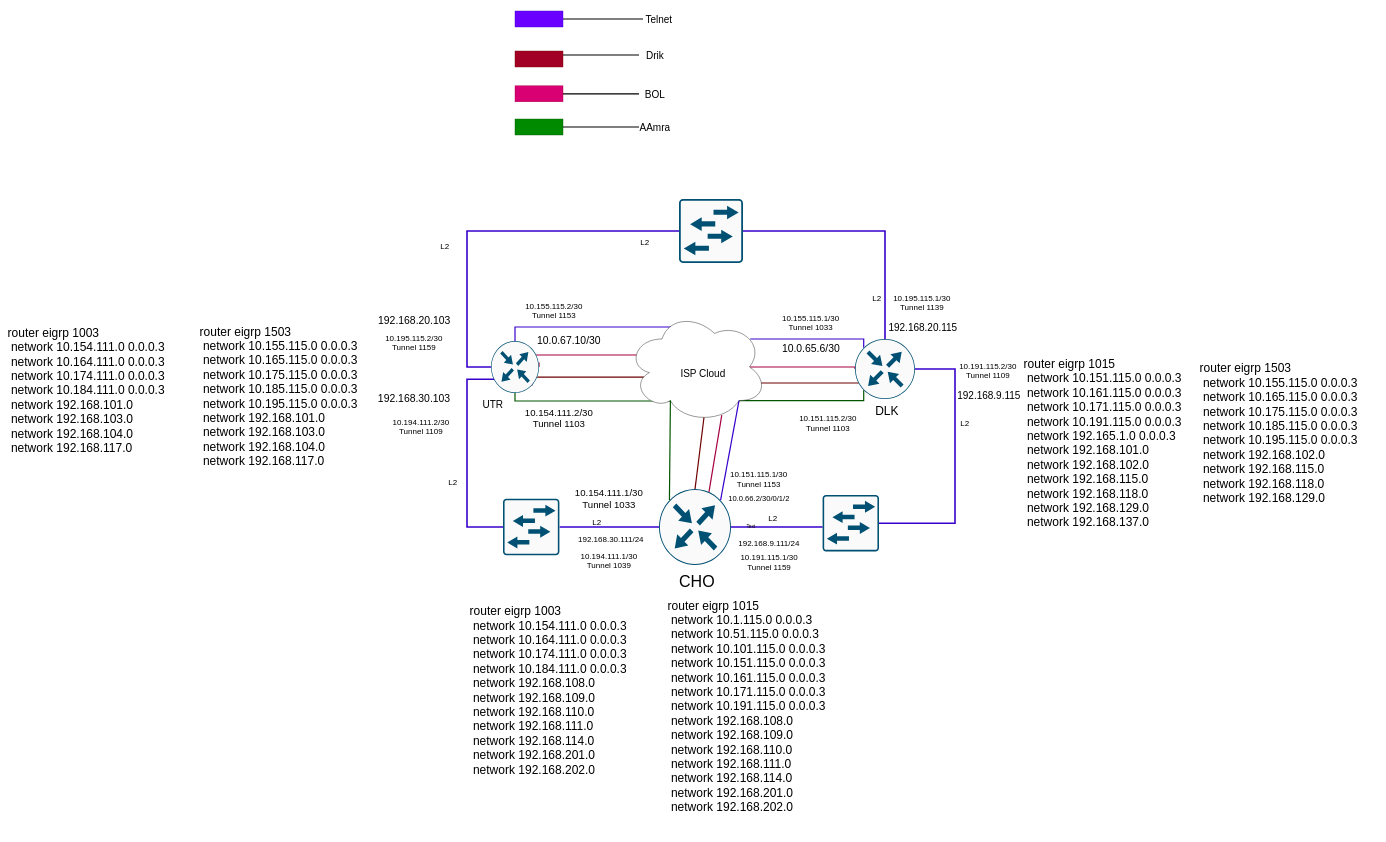
Before: Untitled Diagram.drawio in touhidece/prtg-addons, a draw.io diagram. Source tidied: cells renumbered, new cells numbered last; positions are measured from the earlier drawing's top-left corner, leaving out a move shared by most shapes. Both pictures are drawn from the tidied source at 40%, with x=0, y=0 at pixel (7, 7).
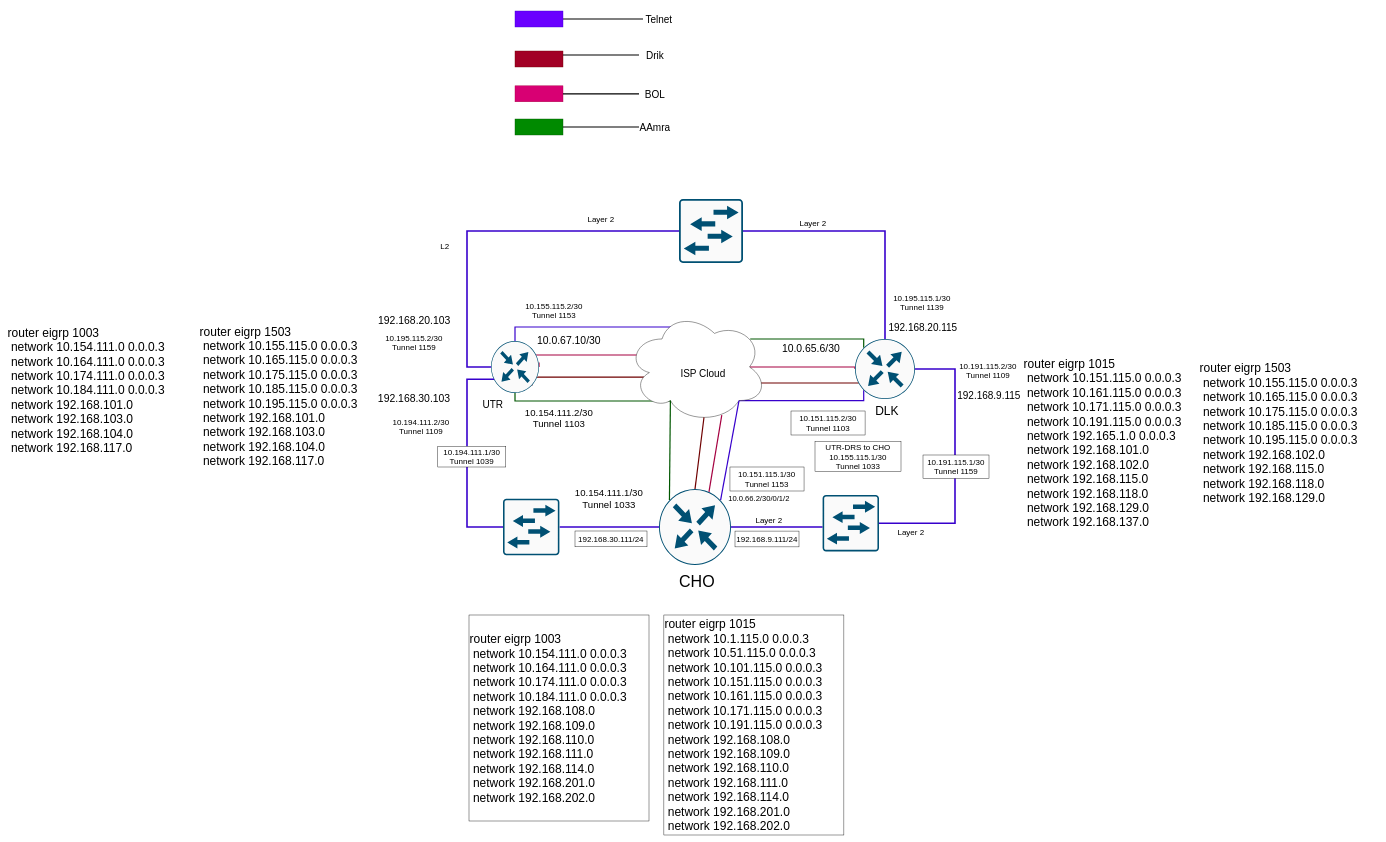
After the change.

Unchanged cells that the change refers to:
```xml
<mxCell id="12" style="points=[[0.5,0,0],[1,0.5,0],[0.5,1,0],[0,0.5,0],[0.145,0.145,0],[0.8555,0.145,0],[0.855,0.8555,0],[0.145,0.855,0]];verticalLabelPosition=bottom;html=1;verticalAlign=top;align=center;shape=mxgraph.cisco19.rect;prIcon=router;fillColor=#FAFAFA;strokeColor=#005073;" parent="1" vertex="1">
  <mxGeometry x="2120" y="830" width="150" height="150" as="geometry" />
</mxCell>
<mxCell id="15" style="ellipse;shape=cloud;whiteSpace=wrap;html=1;" parent="1" vertex="1">
  <mxGeometry x="1550" y="760" width="350" height="280" as="geometry" />
</mxCell>
```

The edit, as a diff of the source:
```diff
@@
-    <mxCell id="10" style="edgeStyle=orthogonalEdgeStyle;rounded=0;jettySize=auto;html=1;exitX=0.145;exitY=0.145;exitDx=0;exitDy=0;exitPerimeter=0;entryX=0.88;entryY=0.25;entryDx=0;entryDy=0;entryPerimeter=0;endArrow=none;endFill=0;fillColor=#6a00ff;strokeColor=#3700CC;strokeWidth=3;" parent="1" edge="1" source="12" target="15">
+    <mxCell id="10" style="edgeStyle=orthogonalEdgeStyle;rounded=0;jettySize=auto;html=1;exitX=0.145;exitY=0.145;exitDx=0;exitDy=0;exitPerimeter=0;entryX=0.88;entryY=0.25;entryDx=0;entryDy=0;entryPerimeter=0;endArrow=none;endFill=0;fillColor=#6a00ff;strokeWidth=3;strokeColor=#005700;" parent="1" edge="1" source="12" target="15">
       <mxGeometry relative="1" as="geometry">
         <Array as="points">
           <mxPoint x="2142" y="830" />
         </Array>
       </mxGeometry>
     </mxCell>
-    <mxCell id="11" style="edgeStyle=orthogonalEdgeStyle;rounded=0;jettySize=auto;html=1;exitX=0.145;exitY=0.855;exitDx=0;exitDy=0;exitPerimeter=0;entryX=0.8;entryY=0.8;entryDx=0;entryDy=0;entryPerimeter=0;endArrow=none;endFill=0;fillColor=#008a00;strokeColor=#005700;strokeWidth=3;" parent="1" edge="1" source="12" target="15">
+    <mxCell id="11" style="edgeStyle=orthogonalEdgeStyle;rounded=0;jettySize=auto;html=1;exitX=0.145;exitY=0.855;exitDx=0;exitDy=0;exitPerimeter=0;entryX=0.8;entryY=0.8;entryDx=0;entryDy=0;entryPerimeter=0;endArrow=none;endFill=0;fillColor=#008a00;strokeWidth=3;strokeColor=#3700CC;" parent="1" edge="1" source="12" target="15">
       <mxGeometry relative="1" as="geometry">
         <Array as="points">
           <mxPoint x="2142" y="984" />
         </Array>
       </mxGeometry>
     </mxCell>
@@
-    <mxCell id="31" value="&lt;font style=&quot;font-size: 20px&quot;&gt;L2&lt;/font&gt;" style="text;html=1;strokeColor=none;fillColor=none;align=center;verticalAlign=middle;whiteSpace=wrap;rounded=0;" parent="1" vertex="1">
-      <mxGeometry x="2370" y="1022.5" width="50" height="35" as="geometry" />
-    </mxCell>
-    <mxCell id="32" value="&lt;font style=&quot;font-size: 20px&quot;&gt;L2&lt;/font&gt;" style="text;html=1;strokeColor=none;fillColor=none;align=center;verticalAlign=middle;whiteSpace=wrap;rounded=0;" parent="1" vertex="1">
-      <mxGeometry x="1890" y="1260" width="50" height="35" as="geometry" />
-    </mxCell>
-    <mxCell id="33" value="&lt;font style=&quot;font-size: 20px&quot;&gt;L2&lt;/font&gt;" style="text;html=1;strokeColor=none;fillColor=none;align=center;verticalAlign=middle;whiteSpace=wrap;rounded=0;" parent="1" vertex="1">
-      <mxGeometry x="1450" y="1270" width="50" height="35" as="geometry" />
-    </mxCell>
-    <mxCell id="34" value="&lt;font style=&quot;font-size: 20px&quot;&gt;L2&lt;/font&gt;" style="text;html=1;strokeColor=none;fillColor=none;align=center;verticalAlign=middle;whiteSpace=wrap;rounded=0;" parent="1" vertex="1">
-      <mxGeometry x="1090" y="1170" width="50" height="35" as="geometry" />
-    </mxCell>
@@
-    <mxCell id="36" value="&lt;font style=&quot;font-size: 20px&quot;&gt;L2&lt;/font&gt;" style="text;html=1;strokeColor=none;fillColor=none;align=center;verticalAlign=middle;whiteSpace=wrap;rounded=0;" parent="1" vertex="1">
-      <mxGeometry x="1570" y="570" width="50" height="35" as="geometry" />
-    </mxCell>
-    <mxCell id="37" value="&lt;font style=&quot;font-size: 20px&quot;&gt;L2&lt;/font&gt;" style="text;html=1;strokeColor=none;fillColor=none;align=center;verticalAlign=middle;whiteSpace=wrap;rounded=0;" parent="1" vertex="1">
-      <mxGeometry x="2150" y="710" width="50" height="35" as="geometry" />
-    </mxCell>
@@
-    <mxCell id="50" value="&lt;font style=&quot;font-size: 20px&quot;&gt;192.168.9.111/24&lt;/font&gt;" style="text;html=1;strokeColor=none;fillColor=none;align=center;verticalAlign=middle;whiteSpace=wrap;rounded=0;strokeWidth=8;" parent="1" vertex="1">
-      <mxGeometry x="1830" y="1321.5" width="150" height="39.5" as="geometry" />
+    <mxCell id="50" value="&lt;font style=&quot;font-size: 20px&quot;&gt;192.168.9.111/24&lt;/font&gt;" style="text;html=1;fillColor=none;align=center;verticalAlign=middle;whiteSpace=wrap;rounded=0;strokeWidth=1;strokeColor=#000000;" parent="1" vertex="1">
+      <mxGeometry x="1820" y="1310.2" width="160" height="39.5" as="geometry" />
     </mxCell>
-    <mxCell id="51" value="&lt;font style=&quot;font-size: 20px&quot;&gt;&lt;font style=&quot;font-size: 20px&quot;&gt;192.168.30.111&lt;/font&gt;&lt;font style=&quot;font-size: 20px&quot;&gt;/24&lt;/font&gt;&lt;/font&gt;" style="text;html=1;strokeColor=none;fillColor=none;align=center;verticalAlign=middle;whiteSpace=wrap;rounded=0;strokeWidth=8;" parent="1" vertex="1">
+    <mxCell id="51" value="&lt;font style=&quot;font-size: 20px&quot;&gt;&lt;font style=&quot;font-size: 20px&quot;&gt;192.168.30.111&lt;/font&gt;&lt;font style=&quot;font-size: 20px&quot;&gt;/24&lt;/font&gt;&lt;/font&gt;" style="text;html=1;fillColor=none;align=center;verticalAlign=middle;whiteSpace=wrap;rounded=0;strokeWidth=1;strokeColor=#000000;" parent="1" vertex="1">
       <mxGeometry x="1420" y="1310" width="180" height="39.5" as="geometry" />
     </mxCell>
@@
-    <mxCell id="59" value="&lt;div style=&quot;font-size: 30px&quot;&gt;&lt;font style=&quot;font-size: 30px&quot;&gt;router eigrp 1003&lt;/font&gt;&lt;/div&gt;&lt;div style=&quot;font-size: 30px&quot;&gt;&lt;font style=&quot;font-size: 30px&quot;&gt;&amp;nbsp;network 10.154.111.0 0.0.0.3&lt;/font&gt;&lt;/div&gt;&lt;div style=&quot;font-size: 30px&quot;&gt;&lt;font style=&quot;font-size: 30px&quot;&gt;&amp;nbsp;network 10.164.111.0 0.0.0.3&lt;/font&gt;&lt;/div&gt;&lt;div style=&quot;font-size: 30px&quot;&gt;&lt;font style=&quot;font-size: 30px&quot;&gt;&amp;nbsp;network 10.174.111.0 0.0.0.3&lt;/font&gt;&lt;/div&gt;&lt;div style=&quot;font-size: 30px&quot;&gt;&lt;font style=&quot;font-size: 30px&quot;&gt;&amp;nbsp;network 10.184.111.0 0.0.0.3&lt;/font&gt;&lt;/div&gt;&lt;div style=&quot;font-size: 30px&quot;&gt;&lt;font style=&quot;font-size: 30px&quot;&gt;&amp;nbsp;network 192.168.108.0&lt;/font&gt;&lt;/div&gt;&lt;div style=&quot;font-size: 30px&quot;&gt;&lt;font style=&quot;font-size: 30px&quot;&gt;&amp;nbsp;network 192.168.109.0&lt;/font&gt;&lt;/div&gt;&lt;div style=&quot;font-size: 30px&quot;&gt;&lt;font style=&quot;font-size: 30px&quot;&gt;&amp;nbsp;network 192.168.110.0&lt;/font&gt;&lt;/div&gt;&lt;div style=&quot;font-size: 30px&quot;&gt;&lt;font style=&quot;font-size: 30px&quot;&gt;&amp;nbsp;network 192.168.111.0&lt;/font&gt;&lt;/div&gt;&lt;div style=&quot;font-size: 30px&quot;&gt;&lt;font style=&quot;font-size: 30px&quot;&gt;&amp;nbsp;network 192.168.114.0&lt;/font&gt;&lt;/div&gt;&lt;div style=&quot;font-size: 30px&quot;&gt;&lt;font style=&quot;font-size: 30px&quot;&gt;&amp;nbsp;network 192.168.201.0&lt;/font&gt;&lt;/div&gt;&lt;div style=&quot;font-size: 30px&quot;&gt;&lt;font style=&quot;font-size: 30px&quot;&gt;&amp;nbsp;network 192.168.202.0&lt;/font&gt;&lt;/div&gt;" style="text;html=1;strokeColor=none;fillColor=none;align=left;verticalAlign=middle;whiteSpace=wrap;rounded=0;" parent="1" vertex="1">
-      <mxGeometry x="1155" y="1450" width="450" height="515" as="geometry" />
+    <mxCell id="59" value="&lt;div style=&quot;font-size: 30px&quot;&gt;&lt;font style=&quot;font-size: 30px&quot;&gt;router eigrp 1003&lt;/font&gt;&lt;/div&gt;&lt;div style=&quot;font-size: 30px&quot;&gt;&lt;font style=&quot;font-size: 30px&quot;&gt;&amp;nbsp;network 10.154.111.0 0.0.0.3&lt;/font&gt;&lt;/div&gt;&lt;div style=&quot;font-size: 30px&quot;&gt;&lt;font style=&quot;font-size: 30px&quot;&gt;&amp;nbsp;network 10.164.111.0 0.0.0.3&lt;/font&gt;&lt;/div&gt;&lt;div style=&quot;font-size: 30px&quot;&gt;&lt;font style=&quot;font-size: 30px&quot;&gt;&amp;nbsp;network 10.174.111.0 0.0.0.3&lt;/font&gt;&lt;/div&gt;&lt;div style=&quot;font-size: 30px&quot;&gt;&lt;font style=&quot;font-size: 30px&quot;&gt;&amp;nbsp;network 10.184.111.0 0.0.0.3&lt;/font&gt;&lt;/div&gt;&lt;div style=&quot;font-size: 30px&quot;&gt;&lt;font style=&quot;font-size: 30px&quot;&gt;&amp;nbsp;network 192.168.108.0&lt;/font&gt;&lt;/div&gt;&lt;div style=&quot;font-size: 30px&quot;&gt;&lt;font style=&quot;font-size: 30px&quot;&gt;&amp;nbsp;network 192.168.109.0&lt;/font&gt;&lt;/div&gt;&lt;div style=&quot;font-size: 30px&quot;&gt;&lt;font style=&quot;font-size: 30px&quot;&gt;&amp;nbsp;network 192.168.110.0&lt;/font&gt;&lt;/div&gt;&lt;div style=&quot;font-size: 30px&quot;&gt;&lt;font style=&quot;font-size: 30px&quot;&gt;&amp;nbsp;network 192.168.111.0&lt;/font&gt;&lt;/div&gt;&lt;div style=&quot;font-size: 30px&quot;&gt;&lt;font style=&quot;font-size: 30px&quot;&gt;&amp;nbsp;network 192.168.114.0&lt;/font&gt;&lt;/div&gt;&lt;div style=&quot;font-size: 30px&quot;&gt;&lt;font style=&quot;font-size: 30px&quot;&gt;&amp;nbsp;network 192.168.201.0&lt;/font&gt;&lt;/div&gt;&lt;div style=&quot;font-size: 30px&quot;&gt;&lt;font style=&quot;font-size: 30px&quot;&gt;&amp;nbsp;network 192.168.202.0&lt;/font&gt;&lt;/div&gt;" style="text;html=1;fillColor=none;align=left;verticalAlign=middle;whiteSpace=wrap;rounded=0;strokeColor=#000000;" parent="1" vertex="1">
+      <mxGeometry x="1155" y="1520" width="450" height="515" as="geometry" />
     </mxCell>
@@
-    <mxCell id="61" value="Text" style="text;html=1;strokeColor=none;fillColor=none;align=center;verticalAlign=middle;whiteSpace=wrap;rounded=0;" parent="1" vertex="1">
-      <mxGeometry x="1840" y="1290" width="40" height="20" as="geometry" />
-    </mxCell>
-    <mxCell id="62" value="&lt;font style=&quot;font-size: 20px&quot;&gt;10.194.111.1/30&lt;br&gt;Tunnel 1039&lt;br&gt;&lt;/font&gt;" style="text;html=1;strokeColor=none;fillColor=none;align=center;verticalAlign=middle;whiteSpace=wrap;rounded=0;" parent="1" vertex="1">
-      <mxGeometry x="1420" y="1358" width="170" height="52" as="geometry" />
+    <mxCell id="62" value="&lt;font style=&quot;font-size: 20px&quot;&gt;10.194.111.1/30&lt;br&gt;Tunnel 1039&lt;br&gt;&lt;/font&gt;" style="text;html=1;align=center;verticalAlign=middle;whiteSpace=wrap;rounded=0;strokeColor=#000000;fillColor=#ffffff;" parent="1" vertex="1">
+      <mxGeometry x="1077" y="1098" width="170" height="52" as="geometry" />
     </mxCell>
-    <mxCell id="63" value="&lt;font style=&quot;font-size: 20px&quot;&gt;&lt;span&gt;10.191.115.1/30&lt;/span&gt;&lt;br&gt;&lt;span&gt;Tunnel 1159&lt;/span&gt;&lt;br&gt;&lt;/font&gt;" style="text;html=1;strokeColor=none;fillColor=none;align=center;verticalAlign=middle;whiteSpace=wrap;rounded=0;" parent="1" vertex="1">
-      <mxGeometry x="1822.5" y="1358" width="165" height="58.5" as="geometry" />
-    </mxCell>
-    <mxCell id="64" value="&lt;font style=&quot;font-size: 20px&quot;&gt;&lt;span&gt;10.151.115.1/30&lt;/span&gt;&lt;br&gt;&lt;span&gt;Tunnel 1153&lt;/span&gt;&lt;br&gt;&lt;/font&gt;" style="text;html=1;strokeColor=none;fillColor=none;align=center;verticalAlign=middle;whiteSpace=wrap;rounded=0;" parent="1" vertex="1">
-      <mxGeometry x="1787.4" y="1150" width="185.2" height="60" as="geometry" />
+    <mxCell id="64" value="&lt;font style=&quot;font-size: 20px&quot;&gt;&lt;span&gt;10.151.115.1/30&lt;/span&gt;&lt;br&gt;&lt;span&gt;Tunnel 1153&lt;/span&gt;&lt;br&gt;&lt;/font&gt;" style="text;html=1;fillColor=none;align=center;verticalAlign=middle;whiteSpace=wrap;rounded=0;strokeColor=#000000;" parent="1" vertex="1">
+      <mxGeometry x="1807.4" y="1150" width="185.2" height="60" as="geometry" />
     </mxCell>
-    <mxCell id="65" value="&lt;font style=&quot;font-size: 20px&quot;&gt;&lt;span&gt;10.151.115.2/30&lt;/span&gt;&lt;br&gt;&lt;span&gt;Tunnel 1103&lt;/span&gt;&lt;br&gt;&lt;/font&gt;" style="text;html=1;strokeColor=none;fillColor=none;align=center;verticalAlign=middle;whiteSpace=wrap;rounded=0;" parent="1" vertex="1">
+    <mxCell id="65" value="&lt;font style=&quot;font-size: 20px&quot;&gt;&lt;span&gt;10.151.115.2/30&lt;/span&gt;&lt;br&gt;&lt;span&gt;Tunnel 1103&lt;/span&gt;&lt;br&gt;&lt;/font&gt;" style="text;html=1;fillColor=none;align=center;verticalAlign=middle;whiteSpace=wrap;rounded=0;strokeColor=#000000;" parent="1" vertex="1">
       <mxGeometry x="1960" y="1010" width="185.2" height="60" as="geometry" />
     </mxCell>
@@
-    <mxCell id="68" value="&lt;font&gt;&lt;span style=&quot;font-size: 20px&quot;&gt;10.155.115.1/30&lt;/span&gt;&lt;br&gt;&lt;span style=&quot;font-size: 20px&quot;&gt;Tunnel 1033&lt;/span&gt;&lt;br&gt;&lt;/font&gt;" style="text;html=1;strokeColor=none;fillColor=none;align=center;verticalAlign=middle;whiteSpace=wrap;rounded=0;" parent="1" vertex="1">
-      <mxGeometry x="1927.2" y="760" width="165" height="58.5" as="geometry" />
+    <mxCell id="68" value="&lt;font&gt;&lt;span style=&quot;font-size: 20px&quot;&gt;UTR-DRS to CHO&lt;br&gt;10.155.115.1/30&lt;/span&gt;&lt;br&gt;&lt;span style=&quot;font-size: 20px&quot;&gt;Tunnel 1033&lt;/span&gt;&lt;br&gt;&lt;/font&gt;" style="text;html=1;fillColor=none;align=center;verticalAlign=middle;whiteSpace=wrap;rounded=0;strokeColor=#000000;" parent="1" vertex="1">
+      <mxGeometry x="2020" y="1086.4" width="215" height="75.2" as="geometry" />
     </mxCell>
@@
-    <mxCell id="73" value="&lt;div style=&quot;font-size: 30px&quot;&gt;&lt;div&gt;router eigrp 1015&lt;/div&gt;&lt;div&gt;&amp;nbsp;network 10.1.115.0 0.0.0.3&lt;/div&gt;&lt;div&gt;&amp;nbsp;network 10.51.115.0 0.0.0.3&lt;/div&gt;&lt;div&gt;&amp;nbsp;network 10.101.115.0 0.0.0.3&lt;/div&gt;&lt;div&gt;&amp;nbsp;network 10.151.115.0 0.0.0.3&lt;/div&gt;&lt;div&gt;&amp;nbsp;network 10.161.115.0 0.0.0.3&lt;/div&gt;&lt;div&gt;&amp;nbsp;network 10.171.115.0 0.0.0.3&lt;/div&gt;&lt;div&gt;&amp;nbsp;network 10.191.115.0 0.0.0.3&lt;/div&gt;&lt;div&gt;&amp;nbsp;network 192.168.108.0&lt;/div&gt;&lt;div&gt;&amp;nbsp;network 192.168.109.0&lt;/div&gt;&lt;div&gt;&amp;nbsp;network 192.168.110.0&lt;/div&gt;&lt;div&gt;&amp;nbsp;network 192.168.111.0&lt;/div&gt;&lt;div&gt;&amp;nbsp;network 192.168.114.0&lt;/div&gt;&lt;div&gt;&amp;nbsp;network 192.168.201.0&lt;/div&gt;&lt;div&gt;&amp;nbsp;network 192.168.202.0&lt;/div&gt;&lt;/div&gt;" style="text;html=1;strokeColor=none;fillColor=none;align=left;verticalAlign=middle;whiteSpace=wrap;rounded=0;" parent="1" vertex="1">
-      <mxGeometry x="1649.5" y="1490" width="450" height="515" as="geometry" />
+    <mxCell id="73" value="&lt;div style=&quot;font-size: 30px&quot;&gt;&lt;div&gt;router eigrp 1015&lt;/div&gt;&lt;div&gt;&amp;nbsp;network 10.1.115.0 0.0.0.3&lt;/div&gt;&lt;div&gt;&amp;nbsp;network 10.51.115.0 0.0.0.3&lt;/div&gt;&lt;div&gt;&amp;nbsp;network 10.101.115.0 0.0.0.3&lt;/div&gt;&lt;div&gt;&amp;nbsp;network 10.151.115.0 0.0.0.3&lt;/div&gt;&lt;div&gt;&amp;nbsp;network 10.161.115.0 0.0.0.3&lt;/div&gt;&lt;div&gt;&amp;nbsp;network 10.171.115.0 0.0.0.3&lt;/div&gt;&lt;div&gt;&amp;nbsp;network 10.191.115.0 0.0.0.3&lt;/div&gt;&lt;div&gt;&amp;nbsp;network 192.168.108.0&lt;/div&gt;&lt;div&gt;&amp;nbsp;network 192.168.109.0&lt;/div&gt;&lt;div&gt;&amp;nbsp;network 192.168.110.0&lt;/div&gt;&lt;div&gt;&amp;nbsp;network 192.168.111.0&lt;/div&gt;&lt;div&gt;&amp;nbsp;network 192.168.114.0&lt;/div&gt;&lt;div&gt;&amp;nbsp;network 192.168.201.0&lt;/div&gt;&lt;div&gt;&amp;nbsp;network 192.168.202.0&lt;/div&gt;&lt;/div&gt;" style="text;html=1;fillColor=none;align=left;verticalAlign=middle;whiteSpace=wrap;rounded=0;strokeColor=#000000;" parent="1" vertex="1">
+      <mxGeometry x="1642.2" y="1520" width="450" height="550" as="geometry" />
     </mxCell>
@@
+    <mxCell id="78" value="Layer 2" style="text;html=1;strokeColor=none;fillColor=none;align=center;verticalAlign=middle;whiteSpace=wrap;rounded=0;fontSize=20;" parent="1" vertex="1">
+      <mxGeometry x="1430" y="520" width="110" height="20" as="geometry" />
+    </mxCell>
+    <mxCell id="79" value="Layer 2" style="text;html=1;strokeColor=none;fillColor=none;align=center;verticalAlign=middle;whiteSpace=wrap;rounded=0;fontSize=20;" parent="1" vertex="1">
+      <mxGeometry x="1960" y="530" width="110" height="20" as="geometry" />
+    </mxCell>
+    <mxCell id="80" value="Layer 2" style="text;html=1;fillColor=none;align=center;verticalAlign=middle;whiteSpace=wrap;rounded=0;fontSize=20;" parent="1" vertex="1">
+      <mxGeometry x="2205" y="1301.5" width="110" height="20" as="geometry" />
+    </mxCell>
+    <mxCell id="81" value="Layer 2" style="text;html=1;strokeColor=none;fillColor=none;align=center;verticalAlign=middle;whiteSpace=wrap;rounded=0;fontSize=20;" parent="1" vertex="1">
+      <mxGeometry x="1850" y="1271.5" width="110" height="20" as="geometry" />
+    </mxCell>
+    <mxCell id="63" value="&lt;font style=&quot;font-size: 20px&quot;&gt;&lt;span&gt;10.191.115.1/30&lt;/span&gt;&lt;br&gt;&lt;span&gt;Tunnel 1159&lt;/span&gt;&lt;br&gt;&lt;/font&gt;" style="text;html=1;align=center;verticalAlign=middle;whiteSpace=wrap;rounded=0;strokeColor=#000000;fillColor=#ffffff;" parent="1" vertex="1">
+      <mxGeometry x="2290" y="1120" width="165" height="58.5" as="geometry" />
+    </mxCell>
```
